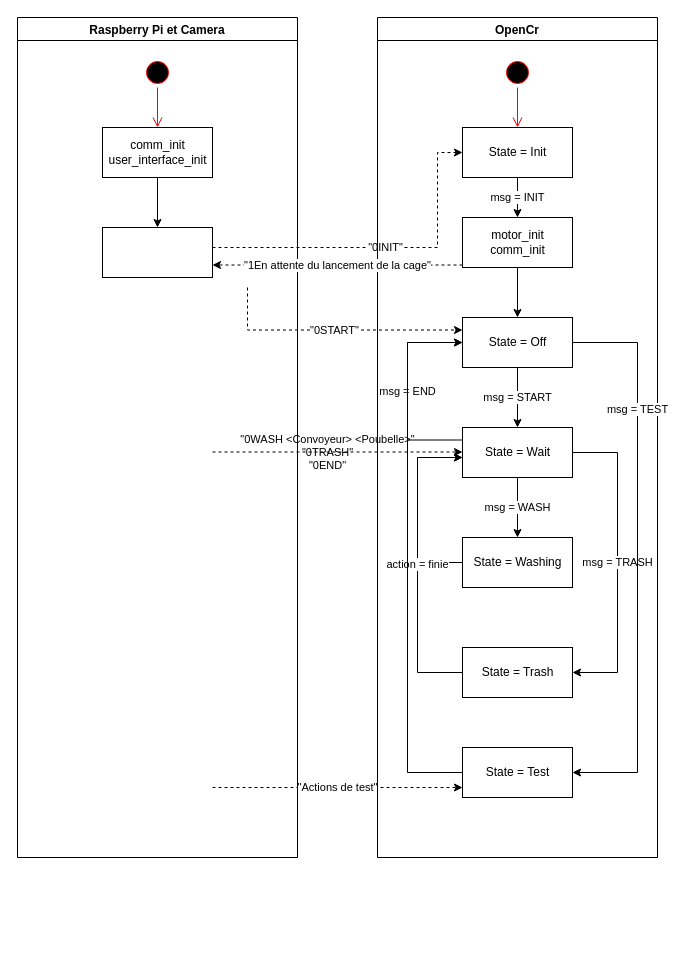
Cagius-UdeS/Cagius keeps this draw.io diagram as Documentation/SourceFigure/flowchartcode.drawio. Above is the earlier version. Source tidied: cells renumbered, new cells numbered last; positions are measured from the earlier drawing's top-left corner, leaving out a move shared by most shapes. Both pictures are drawn from the tidied source at 100%, with x=0, y=0 at pixel (17, 17).
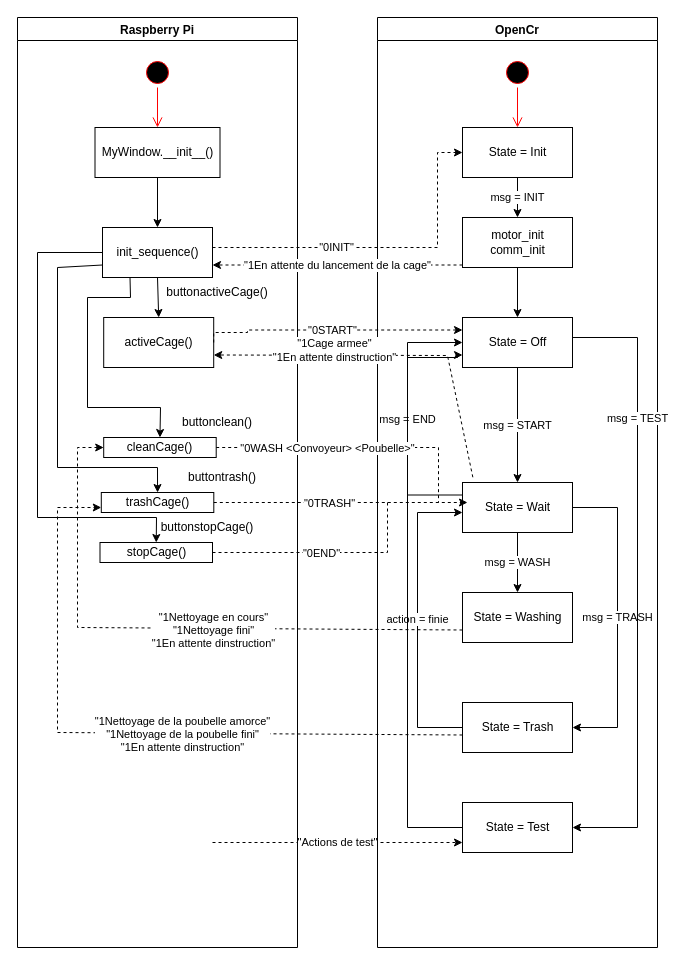
The same diagram, later.

The change refers to these unchanged cells:
```xml
<mxCell id="15" value="State = Off" style="html=1;" parent="9" vertex="1">
  <mxGeometry x="85" y="300" width="110" height="50" as="geometry" />
</mxCell>
<mxCell id="25" value="State = Init" style="html=1;" parent="9" vertex="1">
  <mxGeometry x="85" y="110" width="110" height="50" as="geometry" />
</mxCell>
```

What changed in the source:
```diff
@@
-    <mxCell id="2" value="Raspberry Pi et Camera" style="swimlane;" parent="1" vertex="1">
-      <mxGeometry width="280" height="840" as="geometry" />
+    <mxCell id="2" value="Raspberry Pi" style="swimlane;" parent="1" vertex="1">
+      <mxGeometry width="280" height="930" as="geometry" />
     </mxCell>
@@
-    <mxCell id="6" value="comm_init&lt;br&gt;user_interface_init" style="html=1;" parent="2" vertex="1">
-      <mxGeometry x="85" y="110" width="110" height="50" as="geometry" />
+    <mxCell id="6" value="MyWindow.__init__()" style="html=1;" parent="2" vertex="1">
+      <mxGeometry x="77.5" y="110" width="125" height="50" as="geometry" />
     </mxCell>
-    <mxCell id="7" style="html=1;" parent="2" vertex="1">
+    <mxCell id="7" value="init_sequence()" style="html=1;" parent="2" vertex="1">
       <mxGeometry x="85" y="210" width="110" height="50" as="geometry" />
     </mxCell>
     <mxCell id="8" value="&quot;0INIT&quot;" style="edgeStyle=orthogonalEdgeStyle;rounded=0;jettySize=auto;html=1;dashed=1;entryX=0;entryY=0.5;entryDx=0;entryDy=0;" parent="2" edge="1" target="25">
-      <mxGeometry relative="1" as="geometry">
+      <mxGeometry x="-0.28" relative="1" as="geometry">
         <mxPoint x="195" y="230" as="sourcePoint" />
         <Array as="points">
           <mxPoint x="420" y="230" />
           <mxPoint x="420" y="135" />
         </Array>
       </mxGeometry>
     </mxCell>
+    <mxCell id="33" value="activeCage()" style="html=1;" parent="2" vertex="1">
+      <mxGeometry x="86.2" y="300" width="110" height="50" as="geometry" />
+    </mxCell>
+    <mxCell id="34" value="cleanCage()" style="html=1;" parent="2" vertex="1">
+      <mxGeometry x="86.2" y="420" width="112.5" height="20" as="geometry" />
+    </mxCell>
+    <mxCell id="35" value="trashCage()" style="html=1;" parent="2" vertex="1">
+      <mxGeometry x="83.8" y="475" width="112.5" height="20" as="geometry" />
+    </mxCell>
+    <mxCell id="36" value="stopCage()" style="html=1;" parent="2" vertex="1">
+      <mxGeometry x="82.5" y="525" width="112.5" height="20" as="geometry" />
+    </mxCell>
+    <mxCell id="37" style="endArrow=classic;html=1;rounded=0;exitX=0.5;exitY=1;exitDx=0;exitDy=0;entryX=0.5;entryY=0;entryDx=0;entryDy=0;" parent="2" edge="1" source="7" target="33">
+      <mxGeometry relative="1" as="geometry" />
+    </mxCell>
+    <mxCell id="38" value="buttonactiveCage()" style="text;html=1;strokeColor=none;fillColor=none;align=center;verticalAlign=middle;whiteSpace=wrap;rounded=0;" parent="2" vertex="1">
+      <mxGeometry x="150" y="260" width="100" height="30" as="geometry" />
+    </mxCell>
+    <mxCell id="39" style="endArrow=classic;html=1;rounded=0;entryX=0.5;entryY=0;entryDx=0;entryDy=0;exitX=0.25;exitY=1;exitDx=0;exitDy=0;" parent="2" edge="1" source="7" target="34">
+      <mxGeometry relative="1" as="geometry">
+        <Array as="points">
+          <mxPoint x="113" y="280" />
+          <mxPoint x="70" y="280" />
+          <mxPoint x="70" y="390" />
+          <mxPoint x="143" y="390" />
+        </Array>
+      </mxGeometry>
+    </mxCell>
+    <mxCell id="40" value="buttonclean()" style="text;html=1;strokeColor=none;fillColor=none;align=center;verticalAlign=middle;whiteSpace=wrap;rounded=0;" parent="2" vertex="1">
+      <mxGeometry x="150" y="390" width="100" height="30" as="geometry" />
+    </mxCell>
+    <mxCell id="41" style="endArrow=classic;html=1;rounded=0;entryX=0.5;entryY=0;entryDx=0;entryDy=0;exitX=0;exitY=0.75;exitDx=0;exitDy=0;" parent="2" edge="1" source="7" target="35">
+      <mxGeometry relative="1" as="geometry">
+        <Array as="points">
+          <mxPoint x="40" y="250" />
+          <mxPoint x="40" y="450" />
+          <mxPoint x="140" y="450" />
+        </Array>
+      </mxGeometry>
+    </mxCell>
+    <mxCell id="42" value="buttontrash()" style="text;html=1;strokeColor=none;fillColor=none;align=center;verticalAlign=middle;whiteSpace=wrap;rounded=0;" parent="2" vertex="1">
+      <mxGeometry x="155" y="445" width="100" height="30" as="geometry" />
+    </mxCell>
+    <mxCell id="43" style="endArrow=classic;html=1;rounded=0;exitX=0;exitY=0.5;exitDx=0;exitDy=0;entryX=0.5;entryY=0;entryDx=0;entryDy=0;" parent="2" edge="1" source="7" target="36">
+      <mxGeometry relative="1" as="geometry">
+        <Array as="points">
+          <mxPoint x="20" y="235" />
+          <mxPoint x="20" y="500" />
+          <mxPoint x="139" y="500" />
+        </Array>
+      </mxGeometry>
+    </mxCell>
+    <mxCell id="44" value="buttonstopCage()" style="text;html=1;strokeColor=none;fillColor=none;align=center;verticalAlign=middle;whiteSpace=wrap;rounded=0;" parent="2" vertex="1">
+      <mxGeometry x="140" y="495" width="100" height="30" as="geometry" />
+    </mxCell>
     <mxCell id="9" value="OpenCr" style="swimlane;" parent="1" vertex="1">
-      <mxGeometry x="360" width="280" height="840" as="geometry" />
+      <mxGeometry x="360" width="280" height="930" as="geometry" />
     </mxCell>
@@
-    <mxCell id="14" value="msg = START" style="edgeStyle=orthogonalEdgeStyle;rounded=0;jettySize=auto;html=1;entryX=0.5;entryY=0;entryDx=0;entryDy=0;" parent="9" edge="1" source="15" target="18">
+    <mxCell id="14" value="msg = START" style="edgeStyle=orthogonalEdgeStyle;rounded=0;jettySize=auto;html=1;entryX=0.5;entryY=0;entryDx=0;entryDy=0;exitX=0.5;exitY=1;exitDx=0;exitDy=0;" parent="9" edge="1" source="15" target="18">
       <mxGeometry relative="1" as="geometry" />
     </mxCell>
@@
     <mxCell id="17" value="msg = END" style="edgeStyle=orthogonalEdgeStyle;rounded=0;jettySize=auto;html=1;entryX=0;entryY=0.5;entryDx=0;entryDy=0;exitX=0;exitY=0.25;exitDx=0;exitDy=0;" parent="9" edge="1" source="18" target="15">
       <mxGeometry relative="1" as="geometry">
         <Array as="points">
-          <mxPoint x="30" y="423" />
+          <mxPoint x="30" y="477" />
           <mxPoint x="30" y="325" />
         </Array>
       </mxGeometry>
     </mxCell>
     <mxCell id="18" value="State = Wait" style="html=1;" parent="9" vertex="1">
-      <mxGeometry x="85" y="410" width="110" height="50" as="geometry" />
+      <mxGeometry x="85" y="465" width="110" height="50" as="geometry" />
     </mxCell>
-    <mxCell id="19" style="edgeStyle=orthogonalEdgeStyle;rounded=0;jettySize=auto;html=1;" parent="9" edge="1" source="20">
-      <mxGeometry relative="1" as="geometry">
-        <mxPoint x="85" y="440" as="targetPoint" />
-        <Array as="points">
-          <mxPoint x="40" y="545" />
-          <mxPoint x="40" y="440" />
-        </Array>
-      </mxGeometry>
-    </mxCell>
     <mxCell id="20" value="State = Washing" style="html=1;" parent="9" vertex="1">
-      <mxGeometry x="85" y="520" width="110" height="50" as="geometry" />
+      <mxGeometry x="85" y="575" width="110" height="50" as="geometry" />
     </mxCell>
     <mxCell id="21" value="action = finie" style="edgeStyle=orthogonalEdgeStyle;rounded=0;jettySize=auto;html=1;" parent="9" edge="1" source="22">
       <mxGeometry relative="1" as="geometry">
-        <mxPoint x="85" y="440" as="targetPoint" />
+        <mxPoint x="85" y="495" as="targetPoint" />
         <Array as="points">
-          <mxPoint x="40" y="655" />
-          <mxPoint x="40" y="440" />
+          <mxPoint x="40" y="710" />
+          <mxPoint x="40" y="495" />
         </Array>
       </mxGeometry>
     </mxCell>
     <mxCell id="22" value="State = Trash" style="html=1;" parent="9" vertex="1">
-      <mxGeometry x="85" y="630" width="110" height="50" as="geometry" />
+      <mxGeometry x="85" y="685" width="110" height="50" as="geometry" />
     </mxCell>
     <mxCell id="23" value="msg = TRASH" style="edgeStyle=orthogonalEdgeStyle;rounded=0;jettySize=auto;html=1;entryX=1;entryY=0.5;entryDx=0;entryDy=0;" parent="9" edge="1" source="18" target="22">
       <mxGeometry relative="1" as="geometry">
         <Array as="points">
-          <mxPoint x="240" y="435" />
-          <mxPoint x="240" y="655" />
+          <mxPoint x="240" y="490" />
+          <mxPoint x="240" y="710" />
         </Array>
       </mxGeometry>
     </mxCell>
@@
-    <mxCell id="26" style="edgeStyle=orthogonalEdgeStyle;rounded=0;jettySize=auto;html=1;entryX=0;entryY=0.5;entryDx=0;entryDy=0;labelBackgroundColor=none;" parent="9" edge="1" source="27" target="15">
+    <mxCell id="26" style="edgeStyle=orthogonalEdgeStyle;rounded=0;jettySize=auto;html=1;entryX=0;entryY=0.75;entryDx=0;entryDy=0;labelBackgroundColor=none;" parent="9" edge="1" source="27" target="15">
       <mxGeometry relative="1" as="geometry">
         <Array as="points">
-          <mxPoint x="30" y="755" />
-          <mxPoint x="30" y="325" />
+          <mxPoint x="30" y="810" />
+          <mxPoint x="30" y="340" />
+          <mxPoint x="80" y="340" />
+          <mxPoint x="80" y="338" />
         </Array>
       </mxGeometry>
     </mxCell>
     <mxCell id="27" value="State = Test" style="html=1;" parent="9" vertex="1">
-      <mxGeometry x="85" y="730" width="110" height="50" as="geometry" />
+      <mxGeometry x="85" y="785" width="110" height="50" as="geometry" />
     </mxCell>
-    <mxCell id="28" value="msg = TEST" style="edgeStyle=orthogonalEdgeStyle;rounded=0;jettySize=auto;html=1;entryX=1;entryY=0.5;entryDx=0;entryDy=0;exitX=1;exitY=0.5;exitDx=0;exitDy=0;" parent="9" edge="1" source="15" target="27">
+    <mxCell id="28" value="msg = TEST" style="edgeStyle=orthogonalEdgeStyle;rounded=0;jettySize=auto;html=1;entryX=1;entryY=0.5;entryDx=0;entryDy=0;" parent="9" edge="1" target="27">
       <mxGeometry x="-0.53" relative="1" as="geometry">
+        <mxPoint x="195" y="320" as="sourcePoint" />
         <Array as="points">
-          <mxPoint x="260" y="325" />
-          <mxPoint x="260" y="755" />
+          <mxPoint x="195" y="320" />
+          <mxPoint x="260" y="320" />
+          <mxPoint x="260" y="810" />
         </Array>
       </mxGeometry>
     </mxCell>
-    <mxCell id="29" value="&quot;0START&quot;" style="edgeStyle=orthogonalEdgeStyle;rounded=0;jettySize=auto;html=1;dashed=1;entryX=0;entryY=0.25;entryDx=0;entryDy=0;" parent="1" edge="1" target="15">
+    <mxCell id="29" value="&quot;0START&quot;" style="edgeStyle=orthogonalEdgeStyle;rounded=0;jettySize=auto;html=1;dashed=1;entryX=0;entryY=0.25;entryDx=0;entryDy=0;exitX=1;exitY=0.5;exitDx=0;exitDy=0;" parent="1" edge="1" source="33" target="15">
       <mxGeometry relative="1" as="geometry">
-        <mxPoint x="230" y="270" as="sourcePoint" />
         <Array as="points">
+          <mxPoint x="230" y="315" />
           <mxPoint x="230" y="313" />
         </Array>
       </mxGeometry>
     </mxCell>
-    <mxCell id="30" value="&quot;0WASH &amp;lt;Convoyeur&amp;gt; &amp;lt;Poubelle&amp;gt;&quot;&lt;br&gt;&quot;0TRASH&quot;&lt;br&gt;&quot;0END&quot;" style="edgeStyle=orthogonalEdgeStyle;rounded=0;orthogonalLoop=1;jettySize=auto;html=1;dashed=1;labelBackgroundColor=none;" parent="1" edge="1">
-      <mxGeometry x="-0.08" relative="1" as="geometry">
-        <mxPoint x="195" y="434.5" as="sourcePoint" />
-        <mxPoint x="445" y="434.5" as="targetPoint" />
-        <Array as="points">
-          <mxPoint x="380" y="434.5" />
-          <mxPoint x="380" y="434.5" />
-        </Array>
-      </mxGeometry>
-    </mxCell>
     <mxCell id="31" value="&quot;Actions de test&quot;" style="edgeStyle=orthogonalEdgeStyle;rounded=0;orthogonalLoop=1;jettySize=auto;html=1;dashed=1;labelBackgroundColor=default;" parent="1" edge="1">
       <mxGeometry relative="1" as="geometry">
-        <mxPoint x="195" y="770" as="sourcePoint" />
-        <mxPoint x="445" y="770" as="targetPoint" />
+        <mxPoint x="195" y="825" as="sourcePoint" />
+        <mxPoint x="445" y="825" as="targetPoint" />
         <Array as="points">
-          <mxPoint x="380" y="770" />
-          <mxPoint x="380" y="770" />
+          <mxPoint x="380" y="825" />
+          <mxPoint x="380" y="825" />
         </Array>
       </mxGeometry>
     </mxCell>
@@
+    <mxCell id="45" style="endArrow=none;html=1;rounded=0;dashed=1;exitX=1;exitY=0.5;exitDx=0;exitDy=0;" parent="1" edge="1" source="34">
+      <mxGeometry relative="1" as="geometry">
+        <mxPoint x="421" y="485" as="targetPoint" />
+        <Array as="points">
+          <mxPoint x="421" y="430" />
+        </Array>
+      </mxGeometry>
+    </mxCell>
+    <mxCell id="46" value="&quot;0WASH &amp;lt;Convoyeur&amp;gt; &amp;lt;Poubelle&amp;gt;&quot;" style="edgeLabel;html=1;align=center;verticalAlign=middle;" parent="45" vertex="1">
+      <mxGeometry x="0.2" y="-1" relative="1" as="geometry">
+        <mxPoint x="-55" y="-1" as="offset" />
+      </mxGeometry>
+    </mxCell>
+    <mxCell id="47" style="endArrow=classic;html=1;rounded=0;dashed=1;exitX=1;exitY=0.5;exitDx=0;exitDy=0;" parent="1" edge="1" source="35">
+      <mxGeometry relative="1" as="geometry">
+        <mxPoint x="450" y="485" as="targetPoint" />
+      </mxGeometry>
+    </mxCell>
+    <mxCell id="48" value="&quot;0TRASH&quot;" style="edgeLabel;html=1;align=center;verticalAlign=middle;" parent="47" vertex="1">
+      <mxGeometry x="-0.08" y="-1" relative="1" as="geometry">
+        <mxPoint x="-2" y="-1" as="offset" />
+      </mxGeometry>
+    </mxCell>
+    <mxCell id="49" style="endArrow=none;html=1;rounded=0;dashed=1;exitX=1;exitY=0.5;exitDx=0;exitDy=0;" parent="1" edge="1" source="36">
+      <mxGeometry relative="1" as="geometry">
+        <mxPoint x="370" y="485" as="targetPoint" />
+        <Array as="points">
+          <mxPoint x="370" y="535" />
+        </Array>
+      </mxGeometry>
+    </mxCell>
+    <mxCell id="50" value="&quot;0END&quot;" style="edgeLabel;html=1;align=center;verticalAlign=middle;" parent="49" vertex="1">
+      <mxGeometry x="-0.3" y="-1" relative="1" as="geometry">
+        <mxPoint x="29" y="-1" as="offset" />
+      </mxGeometry>
+    </mxCell>
+    <mxCell id="51" style="endArrow=classic;html=1;rounded=0;dashed=1;exitX=0.094;exitY=-0.105;exitDx=0;exitDy=0;endFill=1;entryX=1;entryY=0.75;entryDx=0;entryDy=0;exitPerimeter=0;" parent="1" edge="1" source="18" target="33">
+      <mxGeometry relative="1" as="geometry">
+        <Array as="points">
+          <mxPoint x="430" y="338" />
+        </Array>
+      </mxGeometry>
+    </mxCell>
+    <mxCell id="52" value="&quot;1Cage armee&quot;&lt;br&gt;&quot;1En attente dinstruction&quot;" style="edgeLabel;html=1;align=center;verticalAlign=middle;" parent="51" vertex="1">
+      <mxGeometry x="-0.37" y="-1" relative="1" as="geometry">
+        <mxPoint x="-117" y="-16" as="offset" />
+      </mxGeometry>
+    </mxCell>
+    <mxCell id="53" style="endArrow=classic;html=1;rounded=0;dashed=1;entryX=0;entryY=0.5;entryDx=0;entryDy=0;exitX=0;exitY=0.75;exitDx=0;exitDy=0;endFill=1;" parent="1" edge="1" source="20" target="34">
+      <mxGeometry relative="1" as="geometry">
+        <Array as="points">
+          <mxPoint x="60" y="610" />
+          <mxPoint x="60" y="430" />
+        </Array>
+      </mxGeometry>
+    </mxCell>
+    <mxCell id="54" value="&quot;1Nettoyage en cours&quot;&lt;br&gt;&quot;1Nettoyage fini&quot;&lt;br&gt;&quot;1En attente dinstruction&quot;" style="edgeLabel;html=1;align=center;verticalAlign=middle;" parent="53" vertex="1">
+      <mxGeometry x="-0.25" y="1" relative="1" as="geometry">
+        <mxPoint x="-27" as="offset" />
+      </mxGeometry>
+    </mxCell>
+    <mxCell id="55" style="endArrow=classic;html=1;rounded=0;dashed=1;entryX=0;entryY=0.75;entryDx=0;entryDy=0;exitX=0;exitY=0.75;exitDx=0;exitDy=0;endFill=1;" parent="1" edge="1" target="35">
+      <mxGeometry relative="1" as="geometry">
+        <mxPoint x="445" y="717.5" as="sourcePoint" />
+        <Array as="points">
+          <mxPoint x="40" y="715" />
+          <mxPoint x="40" y="630" />
+          <mxPoint x="40" y="490" />
+        </Array>
+      </mxGeometry>
+    </mxCell>
+    <mxCell id="56" value="&quot;1Nettoyage de la poubelle amorce&quot;&lt;br&gt;&quot;1Nettoyage de la poubelle fini&quot;&lt;br&gt;&quot;1En attente dinstruction&quot;" style="edgeLabel;html=1;align=center;verticalAlign=middle;" parent="55" vertex="1">
+      <mxGeometry x="-0.25" y="1" relative="1" as="geometry">
+        <mxPoint x="-27" as="offset" />
+      </mxGeometry>
+    </mxCell>
```
